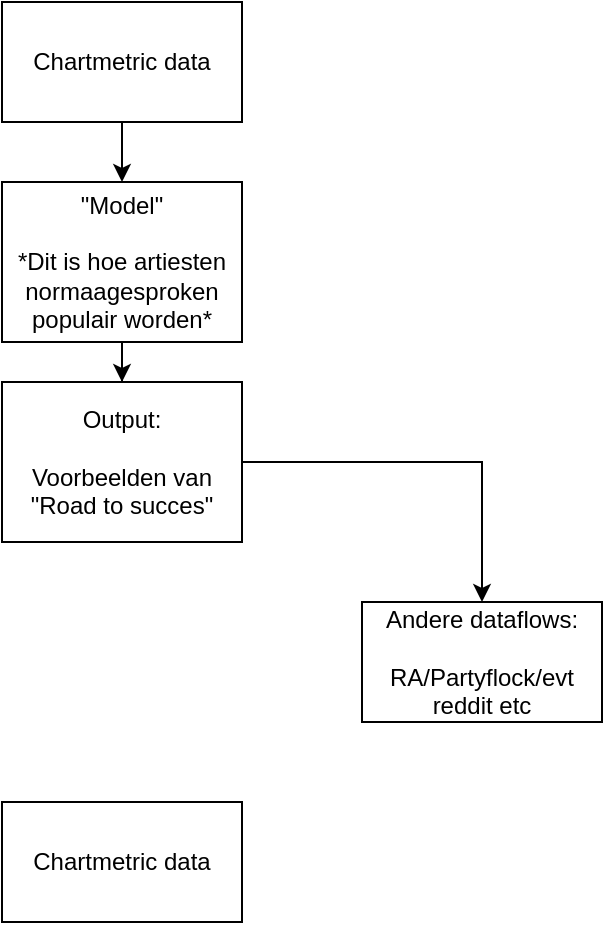
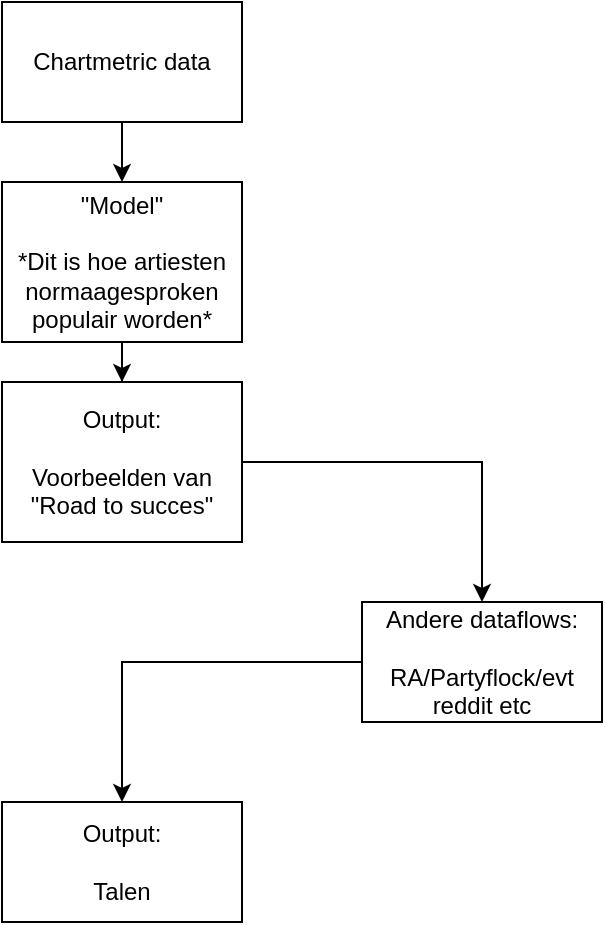
<mxfile host="app.diagrams.net">
  <diagram name="Pagina-1" id="noXttej1SAf8xjOeNVDw">
    <mxGraphModel dx="970" dy="520" grid="1" gridSize="10" guides="1" tooltips="1" connect="1" arrows="1" fold="1" page="1" pageScale="1" pageWidth="827" pageHeight="1169" math="0" shadow="0">
      <root>
        <mxCell id="0" />
        <mxCell id="1" parent="0" />
        <mxCell id="akCuC50f9PSZu7p6AyEB-3" edge="1" parent="1" source="akCuC50f9PSZu7p6AyEB-1" style="edgeStyle=orthogonalEdgeStyle;rounded=0;orthogonalLoop=1;jettySize=auto;html=1;" target="akCuC50f9PSZu7p6AyEB-2" value="">
          <mxGeometry relative="1" as="geometry" />
        </mxCell>
        <mxCell id="akCuC50f9PSZu7p6AyEB-1" parent="1" style="rounded=0;whiteSpace=wrap;html=1;" value="Chartmetric data" vertex="1">
          <mxGeometry height="60" width="120" x="300" y="50" as="geometry" />
        </mxCell>
        <mxCell id="akCuC50f9PSZu7p6AyEB-5" edge="1" parent="1" source="akCuC50f9PSZu7p6AyEB-2" style="edgeStyle=orthogonalEdgeStyle;rounded=0;orthogonalLoop=1;jettySize=auto;html=1;" target="akCuC50f9PSZu7p6AyEB-4" value="">
          <mxGeometry relative="1" as="geometry" />
        </mxCell>
        <mxCell id="akCuC50f9PSZu7p6AyEB-2" parent="1" style="rounded=0;whiteSpace=wrap;html=1;" value="&quot;Model&quot;&lt;div&gt;&lt;br&gt;&lt;/div&gt;&lt;div&gt;*Dit is hoe artiesten normaagesproken populair worden*&lt;/div&gt;" vertex="1">
          <mxGeometry height="80" width="120" x="300" y="140" as="geometry" />
        </mxCell>
        <mxCell id="akCuC50f9PSZu7p6AyEB-9" edge="1" parent="1" source="akCuC50f9PSZu7p6AyEB-4" style="edgeStyle=orthogonalEdgeStyle;rounded=0;orthogonalLoop=1;jettySize=auto;html=1;" target="akCuC50f9PSZu7p6AyEB-6">
          <mxGeometry relative="1" as="geometry" />
        </mxCell>
        <mxCell id="akCuC50f9PSZu7p6AyEB-4" parent="1" style="rounded=0;whiteSpace=wrap;html=1;" value="Output:&lt;div&gt;&lt;br&gt;&lt;/div&gt;&lt;div&gt;Voorbeelden van &quot;Road to succes&quot;&lt;/div&gt;" vertex="1">
          <mxGeometry height="80" width="120" x="300" y="240" as="geometry" />
        </mxCell>
+         <mxCell id="akCuC50f9PSZu7p6AyEB-10" edge="1" parent="1" source="akCuC50f9PSZu7p6AyEB-6" style="edgeStyle=orthogonalEdgeStyle;rounded=0;orthogonalLoop=1;jettySize=auto;html=1;" target="akCuC50f9PSZu7p6AyEB-8">
+           <mxGeometry relative="1" as="geometry" />
+         </mxCell>
        <mxCell id="akCuC50f9PSZu7p6AyEB-6" parent="1" style="rounded=0;whiteSpace=wrap;html=1;" value="Andere dataflows:&lt;div&gt;&lt;br&gt;&lt;/div&gt;&lt;div&gt;RA/Partyflock/evt reddit etc&lt;/div&gt;" vertex="1">
          <mxGeometry height="60" width="120" x="480" y="350" as="geometry" />
        </mxCell>
-         <mxCell id="akCuC50f9PSZu7p6AyEB-8" parent="1" style="rounded=0;whiteSpace=wrap;html=1;" value="Chartmetric data" vertex="1">
+         <mxCell id="akCuC50f9PSZu7p6AyEB-8" parent="1" style="rounded=0;whiteSpace=wrap;html=1;" value="Output:&lt;div&gt;&lt;br&gt;&lt;/div&gt;&lt;div&gt;Talen&lt;/div&gt;" vertex="1">
          <mxGeometry height="60" width="120" x="300" y="450" as="geometry" />
        </mxCell>
      </root>
    </mxGraphModel>
  </diagram>
</mxfile>
